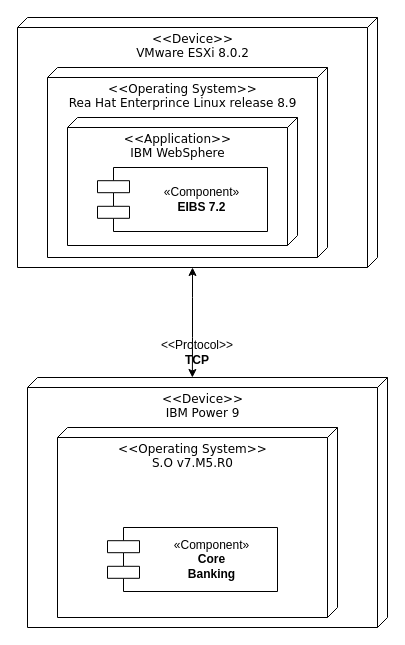
GonzaloDavid/diagramas keeps this draw.io diagram as DiagramaDespliegueGIBS.drawio. Above is the earlier version. Source tidied: cells renumbered, new cells numbered last; positions are measured from the earlier drawing's top-left corner, leaving out a move shared by most shapes. Both pictures are drawn from the tidied source at 100%, with x=0, y=0 at pixel (17, 17).
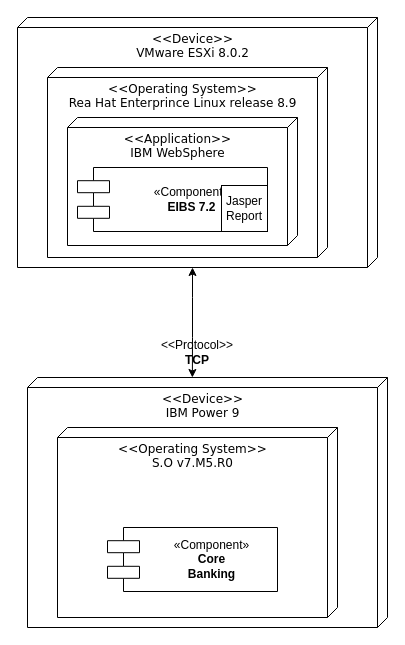
After the change.

The edit, as a diff of the source:
```diff
@@
 <mxGraphModel>
   <root>
     <mxCell id="0" />
     <mxCell id="1" parent="0" />
     <mxCell id="2" value="&amp;lt;&amp;lt;Device&amp;gt;&amp;gt;&lt;div&gt;VMware ESXi 8.0.2&lt;/div&gt;" style="verticalAlign=top;align=center;spacingTop=8;spacingLeft=2;spacingRight=12;shape=cube;size=10;direction=south;fontStyle=0;html=1;rounded=0;shadow=0;comic=0;labelBackgroundColor=none;strokeWidth=1;fontFamily=Verdana;fontSize=12;" parent="1" vertex="1">
       <mxGeometry width="360" height="250" as="geometry" />
     </mxCell>
     <mxCell id="3" value="&amp;lt;&amp;lt;Operating System&amp;gt;&amp;gt;&lt;div&gt;Rea Hat Enterprince Linux release 8.9&lt;/div&gt;" style="verticalAlign=top;align=center;spacingTop=8;spacingLeft=2;spacingRight=12;shape=cube;size=10;direction=south;fontStyle=0;html=1;rounded=0;shadow=0;comic=0;labelBackgroundColor=none;strokeWidth=1;fontFamily=Verdana;fontSize=12;" parent="1" vertex="1">
       <mxGeometry x="30" y="50" width="280" height="190" as="geometry" />
     </mxCell>
     <mxCell id="4" value="&lt;div&gt;&amp;lt;&amp;lt;Application&amp;gt;&amp;gt;&lt;/div&gt;&lt;div&gt;IBM WebSphere&lt;/div&gt;" style="verticalAlign=top;align=center;spacingTop=8;spacingLeft=2;spacingRight=12;shape=cube;size=10;direction=south;fontStyle=0;html=1;rounded=0;shadow=0;comic=0;labelBackgroundColor=none;strokeWidth=1;fontFamily=Verdana;fontSize=12;" parent="1" vertex="1">
       <mxGeometry x="50" y="100" width="230" height="128" as="geometry" />
     </mxCell>
     <mxCell id="5" value="&lt;div style=&quot;&quot;&gt;&lt;span style=&quot;font-family: Helvetica; text-wrap: wrap; background-color: initial;&quot;&gt;«Component»&lt;/span&gt;&lt;/div&gt;&lt;b style=&quot;font-family: Helvetica; text-wrap: wrap;&quot;&gt;&lt;div style=&quot;&quot;&gt;EIBS 7.2&lt;/div&gt;&lt;/b&gt;" style="shape=component;align=center;spacingLeft=37;rounded=0;shadow=0;comic=0;labelBackgroundColor=none;strokeWidth=1;fontFamily=Verdana;fontSize=12;html=1;verticalAlign=middle;" parent="1" vertex="1">
-      <mxGeometry x="80" y="150" width="170" height="64" as="geometry" />
+      <mxGeometry x="60" y="150" width="190" height="64" as="geometry" />
     </mxCell>
     <mxCell id="6" style="endArrow=classic;startArrow=classic;html=1;rounded=0;entryX=0;entryY=0;entryDx=250;entryDy=185;entryPerimeter=0;exitX=0;exitY=0.542;exitDx=0;exitDy=0;exitPerimeter=0;" parent="1" edge="1" source="8" target="2">
       <mxGeometry relative="1" as="geometry">
         <Array as="points">
           <mxPoint x="175" y="320" />
           <mxPoint x="175" y="280" />
         </Array>
       </mxGeometry>
     </mxCell>
     <mxCell id="7" value="&amp;lt;&amp;lt;Protocol&amp;gt;&amp;gt;&lt;div&gt;&lt;b&gt;TCP&lt;/b&gt;&lt;/div&gt;" style="text;html=1;align=center;verticalAlign=middle;whiteSpace=wrap;rounded=0;" parent="1" vertex="1">
       <mxGeometry x="150" y="320" width="60" height="30" as="geometry" />
     </mxCell>
     <mxCell id="8" value="&amp;lt;&amp;lt;Device&amp;gt;&amp;gt;&lt;div&gt;IBM Power 9&lt;/div&gt;" style="verticalAlign=top;align=center;spacingTop=8;spacingLeft=2;spacingRight=12;shape=cube;size=10;direction=south;fontStyle=0;html=1;rounded=0;shadow=0;comic=0;labelBackgroundColor=none;strokeWidth=1;fontFamily=Verdana;fontSize=12;" parent="1" vertex="1">
       <mxGeometry x="10" y="360" width="360" height="250" as="geometry" />
     </mxCell>
     <mxCell id="9" value="&amp;lt;&amp;lt;Operating System&amp;gt;&amp;gt;&lt;div&gt;S.O v7.M5.R0&lt;/div&gt;" style="verticalAlign=top;align=center;spacingTop=8;spacingLeft=2;spacingRight=12;shape=cube;size=10;direction=south;fontStyle=0;html=1;rounded=0;shadow=0;comic=0;labelBackgroundColor=none;strokeWidth=1;fontFamily=Verdana;fontSize=12;" parent="1" vertex="1">
       <mxGeometry x="40" y="410" width="280" height="190" as="geometry" />
     </mxCell>
     <mxCell id="10" value="&lt;div style=&quot;&quot;&gt;&lt;span style=&quot;font-family: Helvetica; text-wrap: wrap; background-color: initial;&quot;&gt;«Component»&lt;/span&gt;&lt;/div&gt;&lt;b style=&quot;font-family: Helvetica; text-wrap: wrap;&quot;&gt;&lt;div style=&quot;&quot;&gt;Core Banking&lt;br&gt;&lt;/div&gt;&lt;/b&gt;" style="shape=component;align=center;spacingLeft=37;rounded=0;shadow=0;comic=0;labelBackgroundColor=none;strokeWidth=1;fontFamily=Verdana;fontSize=12;html=1;verticalAlign=middle;" parent="1" vertex="1">
       <mxGeometry x="90" y="510" width="170" height="64" as="geometry" />
     </mxCell>
+    <mxCell id="11" value="Jasper Report" style="whiteSpace=wrap;html=1;" parent="1" vertex="1">
+      <mxGeometry x="204" y="168" width="46" height="46" as="geometry" />
+    </mxCell>
   </root>
 </mxGraphModel>
```
